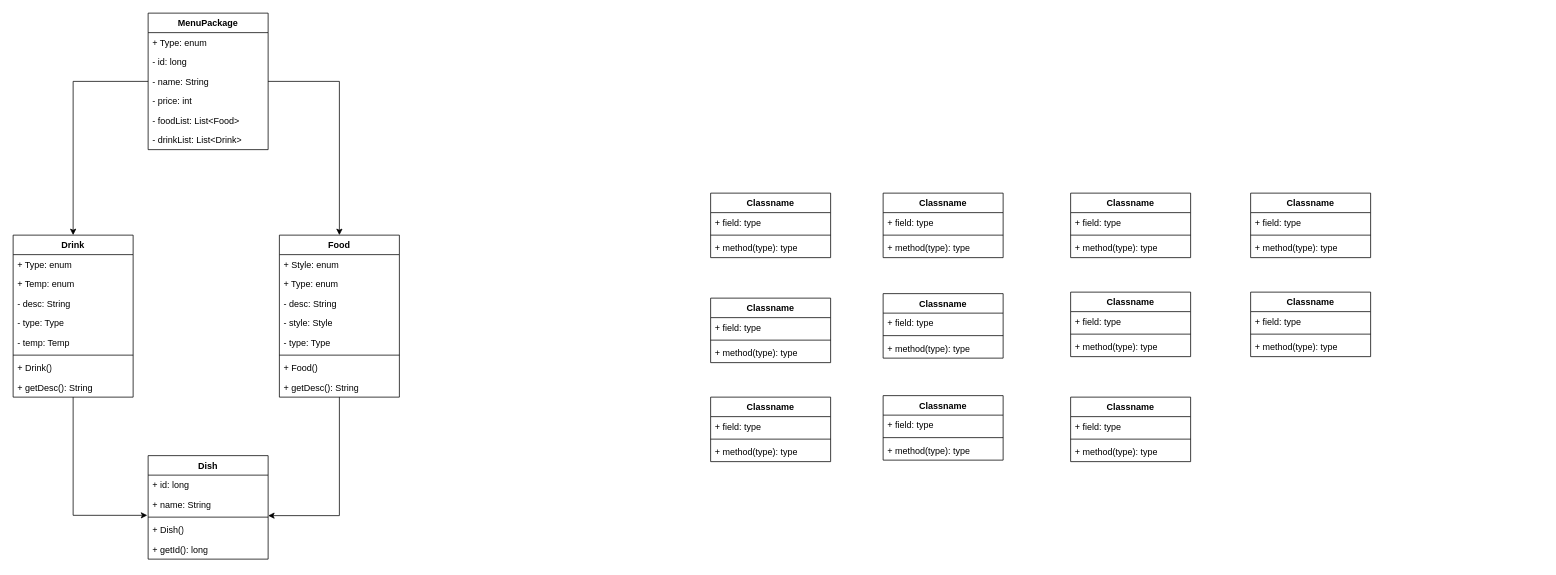
elikawicaksana/BuildIT_BasisData keeps this draw.io diagram as page "ERD" (1 of 2) of PBO_UMLInvestasiSaham.drawio. Above is the earlier version. Source tidied: cells renumbered, new cells numbered last; positions are measured from the earlier drawing's top-left corner, leaving out a move shared by most shapes. Both pictures are drawn from the tidied source at 75%, with x=0, y=0 at pixel (13, 13).
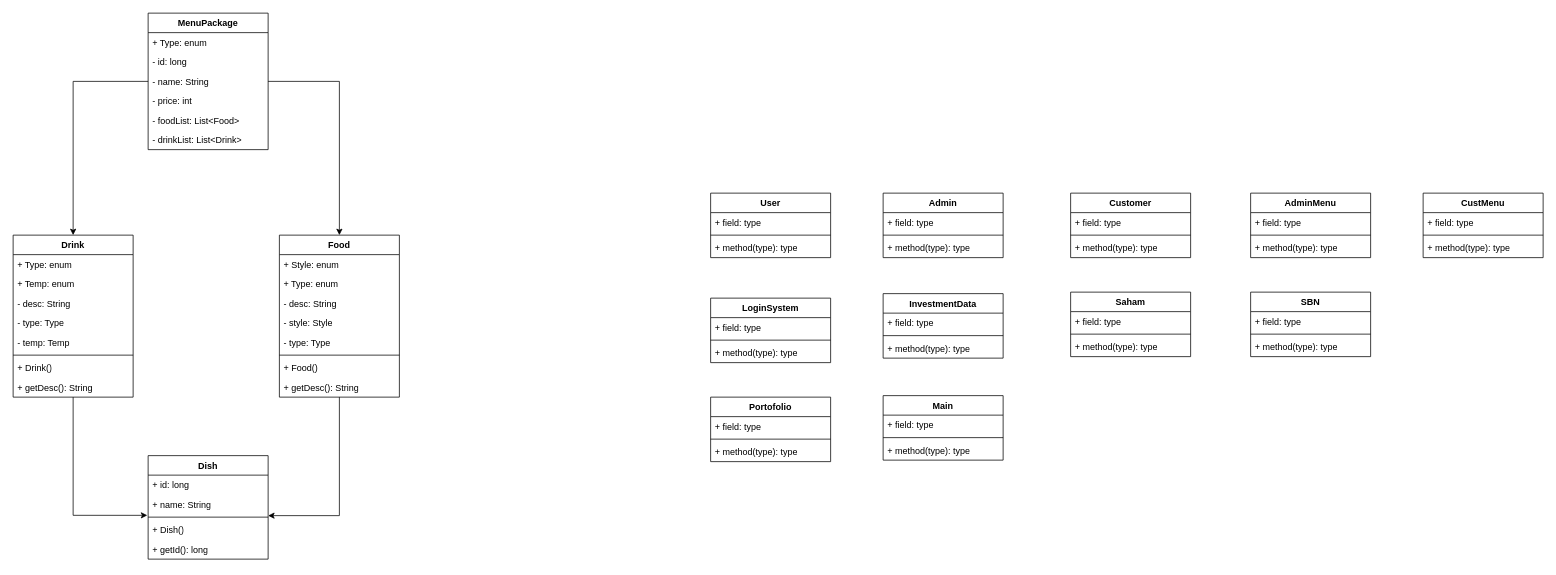
Above is the later version.

What changed in the source:
```diff
@@
-    <mxCell id="37" value="Classname" style="swimlane;fontStyle=1;align=center;verticalAlign=top;horizontal=1;startSize=26;whiteSpace=wrap;html=1;" parent="1" vertex="1">
+    <mxCell id="37" value="User" style="swimlane;fontStyle=1;align=center;verticalAlign=top;horizontal=1;startSize=26;whiteSpace=wrap;html=1;" parent="1" vertex="1">
       <mxGeometry x="930" y="240" width="160" height="86" as="geometry" />
     </mxCell>
@@
-    <mxCell id="41" value="Classname" style="swimlane;fontStyle=1;align=center;verticalAlign=top;horizontal=1;startSize=26;whiteSpace=wrap;html=1;" parent="1" vertex="1">
+    <mxCell id="41" value="Admin" style="swimlane;fontStyle=1;align=center;verticalAlign=top;horizontal=1;startSize=26;whiteSpace=wrap;html=1;" parent="1" vertex="1">
       <mxGeometry x="1160" y="240" width="160" height="86" as="geometry" />
     </mxCell>
@@
-    <mxCell id="45" value="Classname" style="swimlane;fontStyle=1;align=center;verticalAlign=top;horizontal=1;startSize=26;whiteSpace=wrap;html=1;" parent="1" vertex="1">
+    <mxCell id="45" value="LoginSystem" style="swimlane;fontStyle=1;align=center;verticalAlign=top;horizontal=1;startSize=26;whiteSpace=wrap;html=1;" parent="1" vertex="1">
       <mxGeometry x="930" y="380" width="160" height="86" as="geometry" />
     </mxCell>
@@
-    <mxCell id="49" value="Classname" style="swimlane;fontStyle=1;align=center;verticalAlign=top;horizontal=1;startSize=26;whiteSpace=wrap;html=1;" parent="1" vertex="1">
+    <mxCell id="49" value="InvestmentData" style="swimlane;fontStyle=1;align=center;verticalAlign=top;horizontal=1;startSize=26;whiteSpace=wrap;html=1;" parent="1" vertex="1">
       <mxGeometry x="1160" y="374" width="160" height="86" as="geometry" />
     </mxCell>
@@
-    <mxCell id="53" value="Classname" style="swimlane;fontStyle=1;align=center;verticalAlign=top;horizontal=1;startSize=26;whiteSpace=wrap;html=1;" parent="1" vertex="1">
+    <mxCell id="53" value="Portofolio" style="swimlane;fontStyle=1;align=center;verticalAlign=top;horizontal=1;startSize=26;whiteSpace=wrap;html=1;" parent="1" vertex="1">
       <mxGeometry x="930" y="512" width="160" height="86" as="geometry" />
     </mxCell>
@@
-    <mxCell id="57" value="Classname" style="swimlane;fontStyle=1;align=center;verticalAlign=top;horizontal=1;startSize=26;whiteSpace=wrap;html=1;" parent="1" vertex="1">
+    <mxCell id="57" value="Main" style="swimlane;fontStyle=1;align=center;verticalAlign=top;horizontal=1;startSize=26;whiteSpace=wrap;html=1;" parent="1" vertex="1">
       <mxGeometry x="1160" y="510" width="160" height="86" as="geometry" />
     </mxCell>
@@
-    <mxCell id="61" value="Classname" style="swimlane;fontStyle=1;align=center;verticalAlign=top;horizontal=1;startSize=26;whiteSpace=wrap;html=1;" parent="1" vertex="1">
+    <mxCell id="61" value="Customer" style="swimlane;fontStyle=1;align=center;verticalAlign=top;horizontal=1;startSize=26;whiteSpace=wrap;html=1;" parent="1" vertex="1">
       <mxGeometry x="1410" y="240" width="160" height="86" as="geometry" />
     </mxCell>
@@
-    <mxCell id="65" value="Classname" style="swimlane;fontStyle=1;align=center;verticalAlign=top;horizontal=1;startSize=26;whiteSpace=wrap;html=1;" parent="1" vertex="1">
+    <mxCell id="65" value="Saham" style="swimlane;fontStyle=1;align=center;verticalAlign=top;horizontal=1;startSize=26;whiteSpace=wrap;html=1;" parent="1" vertex="1">
       <mxGeometry x="1410" y="372" width="160" height="86" as="geometry" />
     </mxCell>
@@
-    <mxCell id="69" value="Classname" style="swimlane;fontStyle=1;align=center;verticalAlign=top;horizontal=1;startSize=26;whiteSpace=wrap;html=1;" parent="1" vertex="1">
-      <mxGeometry x="1410" y="512" width="160" height="86" as="geometry" />
-    </mxCell>
-    <mxCell id="70" value="+ field: type" style="text;strokeColor=none;fillColor=none;align=left;verticalAlign=top;spacingLeft=4;spacingRight=4;overflow=hidden;whiteSpace=wrap;html=1;" parent="69" vertex="1">
-      <mxGeometry y="26" width="160" height="26" as="geometry" />
-    </mxCell>
-    <mxCell id="71" style="line;strokeWidth=1;fillColor=none;align=left;verticalAlign=middle;spacingTop=-1;spacingLeft=3;spacingRight=3;labelPosition=right;strokeColor=inherit;" parent="69" vertex="1">
-      <mxGeometry y="52" width="160" height="8" as="geometry" />
-    </mxCell>
-    <mxCell id="72" value="+ method(type): type" style="text;strokeColor=none;fillColor=none;align=left;verticalAlign=top;spacingLeft=4;spacingRight=4;overflow=hidden;whiteSpace=wrap;html=1;" parent="69" vertex="1">
-      <mxGeometry y="60" width="160" height="26" as="geometry" />
-    </mxCell>
-    <mxCell id="73" value="Classname" style="swimlane;fontStyle=1;align=center;verticalAlign=top;horizontal=1;startSize=26;whiteSpace=wrap;html=1;" parent="1" vertex="1">
+    <mxCell id="73" value="AdminMenu" style="swimlane;fontStyle=1;align=center;verticalAlign=top;horizontal=1;startSize=26;whiteSpace=wrap;html=1;" parent="1" vertex="1">
       <mxGeometry x="1650" y="240" width="160" height="86" as="geometry" />
     </mxCell>
@@
-    <mxCell id="77" value="Classname" style="swimlane;fontStyle=1;align=center;verticalAlign=top;horizontal=1;startSize=26;whiteSpace=wrap;html=1;" parent="1" vertex="1">
+    <mxCell id="77" value="SBN" style="swimlane;fontStyle=1;align=center;verticalAlign=top;horizontal=1;startSize=26;whiteSpace=wrap;html=1;" parent="1" vertex="1">
       <mxGeometry x="1650" y="372" width="160" height="86" as="geometry" />
     </mxCell>
@@
+    <mxCell id="81" value="CustMenu" style="swimlane;fontStyle=1;align=center;verticalAlign=top;horizontal=1;startSize=26;whiteSpace=wrap;html=1;" parent="1" vertex="1">
+      <mxGeometry x="1880" y="240" width="160" height="86" as="geometry" />
+    </mxCell>
+    <mxCell id="70" value="+ field: type" style="text;strokeColor=none;fillColor=none;align=left;verticalAlign=top;spacingLeft=4;spacingRight=4;overflow=hidden;whiteSpace=wrap;html=1;" parent="81" vertex="1">
+      <mxGeometry y="26" width="160" height="26" as="geometry" />
+    </mxCell>
+    <mxCell id="71" style="line;strokeWidth=1;fillColor=none;align=left;verticalAlign=middle;spacingTop=-1;spacingLeft=3;spacingRight=3;labelPosition=right;strokeColor=inherit;" parent="81" vertex="1">
+      <mxGeometry y="52" width="160" height="8" as="geometry" />
+    </mxCell>
+    <mxCell id="72" value="+ method(type): type" style="text;strokeColor=none;fillColor=none;align=left;verticalAlign=top;spacingLeft=4;spacingRight=4;overflow=hidden;whiteSpace=wrap;html=1;" parent="81" vertex="1">
+      <mxGeometry y="60" width="160" height="26" as="geometry" />
+    </mxCell>
```
